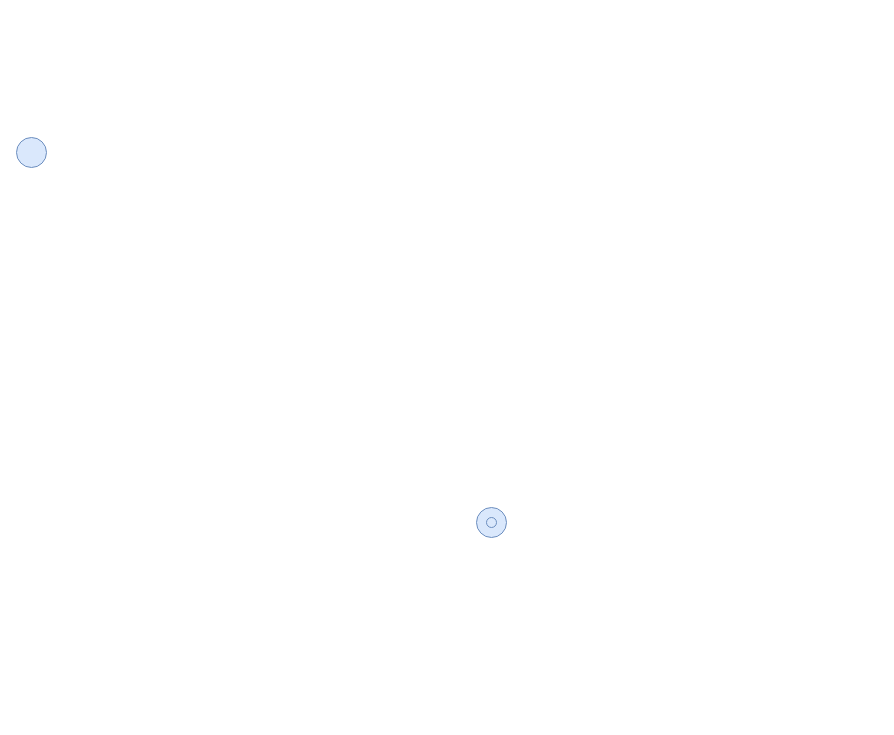
Above: add_remove_course_activity.drawio in peterklem/CURSE (draw.io), before the change. Source tidied: cells renumbered, new cells numbered last; positions are measured from the earlier drawing's top-left corner, leaving out a move shared by most shapes. Both pictures are drawn from the tidied source at 100%, with x=0, y=0 at pixel (16, 137).
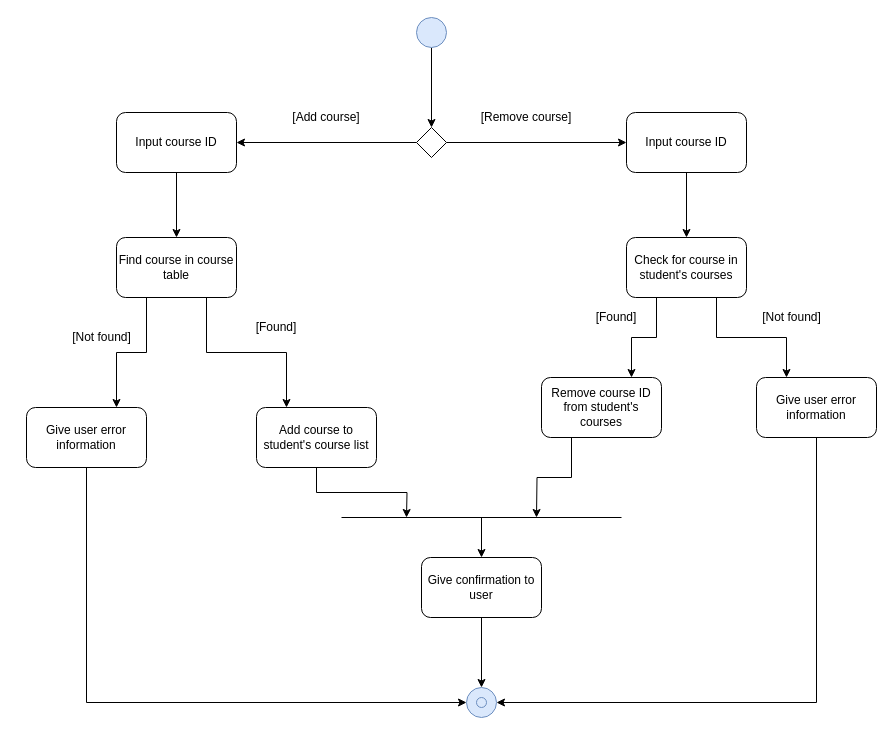
The same page after the edit.

Commit message:
finished add/remove activity diagram

The change refers to these unchanged cells:
```xml
<mxCell id="4" style="ellipse;whiteSpace=wrap;html=1;fillColor=#dae8fc;strokeColor=#6c8ebf;" parent="3" vertex="1">
  <mxGeometry width="30" height="30" as="geometry" />
</mxCell>
```

Change to the diagram source:
```diff
@@
+    <mxCell id="6" style="edgeStyle=orthogonalEdgeStyle;rounded=0;jettySize=auto;html=1;exitX=0.5;exitY=1;exitDx=0;exitDy=0;entryX=0.5;entryY=0;entryDx=0;entryDy=0;" parent="1" edge="1" source="2" target="9">
+      <mxGeometry relative="1" as="geometry" />
+    </mxCell>
     <mxCell id="2" style="ellipse;whiteSpace=wrap;html=1;fillColor=#dae8fc;strokeColor=#6c8ebf;" parent="1" vertex="1">
-      <mxGeometry width="30" height="30" as="geometry" />
+      <mxGeometry x="400" y="-120" width="30" height="30" as="geometry" />
     </mxCell>
     <mxCell id="3" style="group;" parent="1" vertex="1">
-      <mxGeometry x="460" y="370" width="30" height="30" as="geometry" />
+      <mxGeometry x="450" y="550" width="30" height="30" as="geometry" />
     </mxCell>
@@
+    <mxCell id="7" style="edgeStyle=orthogonalEdgeStyle;rounded=0;jettySize=auto;html=1;exitX=0;exitY=0.5;exitDx=0;exitDy=0;entryX=1;entryY=0.5;entryDx=0;entryDy=0;" parent="1" edge="1" source="9" target="13">
+      <mxGeometry relative="1" as="geometry" />
+    </mxCell>
+    <mxCell id="8" style="edgeStyle=orthogonalEdgeStyle;rounded=0;jettySize=auto;html=1;exitX=1;exitY=0.5;exitDx=0;exitDy=0;entryX=0;entryY=0.5;entryDx=0;entryDy=0;" parent="1" edge="1" source="9" target="15">
+      <mxGeometry relative="1" as="geometry" />
+    </mxCell>
+    <mxCell id="9" style="rhombus;whiteSpace=wrap;html=1;" parent="1" vertex="1">
+      <mxGeometry x="400" y="-10" width="30" height="30" as="geometry" />
+    </mxCell>
+    <mxCell id="10" value="[Remove course]" style="text;html=1;strokeColor=none;fillColor=none;align=center;verticalAlign=middle;whiteSpace=wrap;rounded=0;" parent="1" vertex="1">
+      <mxGeometry x="460" y="-30" width="100" height="20" as="geometry" />
+    </mxCell>
+    <mxCell id="11" value="[Add course]" style="text;html=1;strokeColor=none;fillColor=none;align=center;verticalAlign=middle;whiteSpace=wrap;rounded=0;" parent="1" vertex="1">
+      <mxGeometry x="270" y="-30" width="80" height="20" as="geometry" />
+    </mxCell>
+    <mxCell id="12" style="edgeStyle=orthogonalEdgeStyle;rounded=0;jettySize=auto;html=1;exitX=0.5;exitY=1;exitDx=0;exitDy=0;" parent="1" edge="1" source="13" target="18">
+      <mxGeometry relative="1" as="geometry" />
+    </mxCell>
+    <mxCell id="13" value="Input course ID" style="rounded=1;whiteSpace=wrap;html=1;" parent="1" vertex="1">
+      <mxGeometry x="100" y="-25" width="120" height="60" as="geometry" />
+    </mxCell>
+    <mxCell id="14" style="edgeStyle=orthogonalEdgeStyle;rounded=0;jettySize=auto;html=1;exitX=0.5;exitY=1;exitDx=0;exitDy=0;entryX=0.5;entryY=0;entryDx=0;entryDy=0;" parent="1" edge="1" source="15" target="27">
+      <mxGeometry relative="1" as="geometry" />
+    </mxCell>
+    <mxCell id="15" value="Input course ID" style="rounded=1;whiteSpace=wrap;html=1;" parent="1" vertex="1">
+      <mxGeometry x="610" y="-25" width="120" height="60" as="geometry" />
+    </mxCell>
+    <mxCell id="16" style="edgeStyle=orthogonalEdgeStyle;rounded=0;jettySize=auto;html=1;exitX=0.25;exitY=1;exitDx=0;exitDy=0;entryX=0.75;entryY=0;entryDx=0;entryDy=0;" parent="1" edge="1" source="18" target="31">
+      <mxGeometry relative="1" as="geometry" />
+    </mxCell>
+    <mxCell id="17" style="edgeStyle=orthogonalEdgeStyle;rounded=0;jettySize=auto;html=1;exitX=0.75;exitY=1;exitDx=0;exitDy=0;entryX=0.25;entryY=0;entryDx=0;entryDy=0;" parent="1" edge="1" source="18" target="20">
+      <mxGeometry relative="1" as="geometry" />
+    </mxCell>
+    <mxCell id="18" value="Find course in course table" style="rounded=1;whiteSpace=wrap;html=1;" parent="1" vertex="1">
+      <mxGeometry x="100" y="100" width="120" height="60" as="geometry" />
+    </mxCell>
+    <mxCell id="19" style="edgeStyle=orthogonalEdgeStyle;rounded=0;jettySize=auto;html=1;exitX=0.5;exitY=1;exitDx=0;exitDy=0;" parent="1" edge="1" source="20">
+      <mxGeometry relative="1" as="geometry">
+        <mxPoint x="390" y="380" as="targetPoint" />
+      </mxGeometry>
+    </mxCell>
+    <mxCell id="20" value="Add course to student's course list" style="rounded=1;whiteSpace=wrap;html=1;" parent="1" vertex="1">
+      <mxGeometry x="240" y="270" width="120" height="60" as="geometry" />
+    </mxCell>
+    <mxCell id="21" style="endArrow=none;html=1;" parent="1" edge="1">
+      <mxGeometry relative="1" as="geometry">
+        <mxPoint x="325" y="380" as="sourcePoint" />
+        <mxPoint x="605" y="380" as="targetPoint" />
+      </mxGeometry>
+    </mxCell>
+    <mxCell id="22" style="edgeStyle=orthogonalEdgeStyle;rounded=0;jettySize=auto;html=1;exitX=0.5;exitY=1;exitDx=0;exitDy=0;entryX=0.5;entryY=0;entryDx=0;entryDy=0;" parent="1" edge="1" source="23" target="4">
+      <mxGeometry relative="1" as="geometry" />
+    </mxCell>
+    <mxCell id="23" value="Give confirmation to user" style="rounded=1;whiteSpace=wrap;html=1;" parent="1" vertex="1">
+      <mxGeometry x="405" y="420" width="120" height="60" as="geometry" />
+    </mxCell>
+    <mxCell id="24" style="endArrow=classic;html=1;entryX=0.5;entryY=0;entryDx=0;entryDy=0;" parent="1" edge="1" target="23">
+      <mxGeometry relative="1" as="geometry">
+        <mxPoint x="465" y="380" as="sourcePoint" />
+      </mxGeometry>
+    </mxCell>
+    <mxCell id="25" style="edgeStyle=orthogonalEdgeStyle;rounded=0;jettySize=auto;html=1;exitX=0.25;exitY=1;exitDx=0;exitDy=0;entryX=0.75;entryY=0;entryDx=0;entryDy=0;" parent="1" edge="1" source="27" target="35">
+      <mxGeometry relative="1" as="geometry" />
+    </mxCell>
+    <mxCell id="26" style="edgeStyle=orthogonalEdgeStyle;rounded=0;jettySize=auto;html=1;exitX=0.75;exitY=1;exitDx=0;exitDy=0;entryX=0.25;entryY=0;entryDx=0;entryDy=0;" parent="1" edge="1" source="27" target="37">
+      <mxGeometry relative="1" as="geometry" />
+    </mxCell>
+    <mxCell id="27" value="Check for course in student's courses" style="rounded=1;whiteSpace=wrap;html=1;" parent="1" vertex="1">
+      <mxGeometry x="610" y="100" width="120" height="60" as="geometry" />
+    </mxCell>
+    <mxCell id="28" value="[Found]" style="text;html=1;strokeColor=none;fillColor=none;align=center;verticalAlign=middle;whiteSpace=wrap;rounded=0;" parent="1" vertex="1">
+      <mxGeometry x="240" y="180" width="40" height="20" as="geometry" />
+    </mxCell>
+    <mxCell id="29" value="[Not found]" style="text;html=1;align=center;verticalAlign=middle;" parent="1" vertex="1">
+      <mxGeometry x="50" y="190" width="70" height="20" as="geometry" />
+    </mxCell>
+    <mxCell id="30" style="edgeStyle=orthogonalEdgeStyle;rounded=0;jettySize=auto;html=1;exitX=0.5;exitY=1;exitDx=0;exitDy=0;entryX=0;entryY=0.5;entryDx=0;entryDy=0;" parent="1" edge="1" source="31" target="4">
+      <mxGeometry relative="1" as="geometry" />
+    </mxCell>
+    <mxCell id="31" value="Give user error information" style="rounded=1;whiteSpace=wrap;html=1;" parent="1" vertex="1">
+      <mxGeometry x="10" y="270" width="120" height="60" as="geometry" />
+    </mxCell>
+    <mxCell id="32" value="[Not found]" style="text;html=1;align=center;verticalAlign=middle;" parent="1" vertex="1">
+      <mxGeometry x="740" y="170" width="70" height="20" as="geometry" />
+    </mxCell>
+    <mxCell id="33" value="[Found]" style="text;html=1;strokeColor=none;fillColor=none;align=center;verticalAlign=middle;whiteSpace=wrap;rounded=0;" parent="1" vertex="1">
+      <mxGeometry x="580" y="170" width="40" height="20" as="geometry" />
+    </mxCell>
+    <mxCell id="34" style="edgeStyle=orthogonalEdgeStyle;rounded=0;jettySize=auto;html=1;exitX=0.25;exitY=1;exitDx=0;exitDy=0;" parent="1" edge="1" source="35">
+      <mxGeometry relative="1" as="geometry">
+        <mxPoint x="520" y="380" as="targetPoint" />
+      </mxGeometry>
+    </mxCell>
+    <mxCell id="35" value="Remove course ID from student's courses" style="rounded=1;whiteSpace=wrap;html=1;" parent="1" vertex="1">
+      <mxGeometry x="525" y="240" width="120" height="60" as="geometry" />
+    </mxCell>
+    <mxCell id="36" style="edgeStyle=orthogonalEdgeStyle;rounded=0;jettySize=auto;html=1;exitX=0.5;exitY=1;exitDx=0;exitDy=0;entryX=1;entryY=0.5;entryDx=0;entryDy=0;" parent="1" edge="1" source="37" target="4">
+      <mxGeometry relative="1" as="geometry" />
+    </mxCell>
+    <mxCell id="37" value="Give user error information" style="rounded=1;whiteSpace=wrap;html=1;" parent="1" vertex="1">
+      <mxGeometry x="740" y="240" width="120" height="60" as="geometry" />
+    </mxCell>
```
